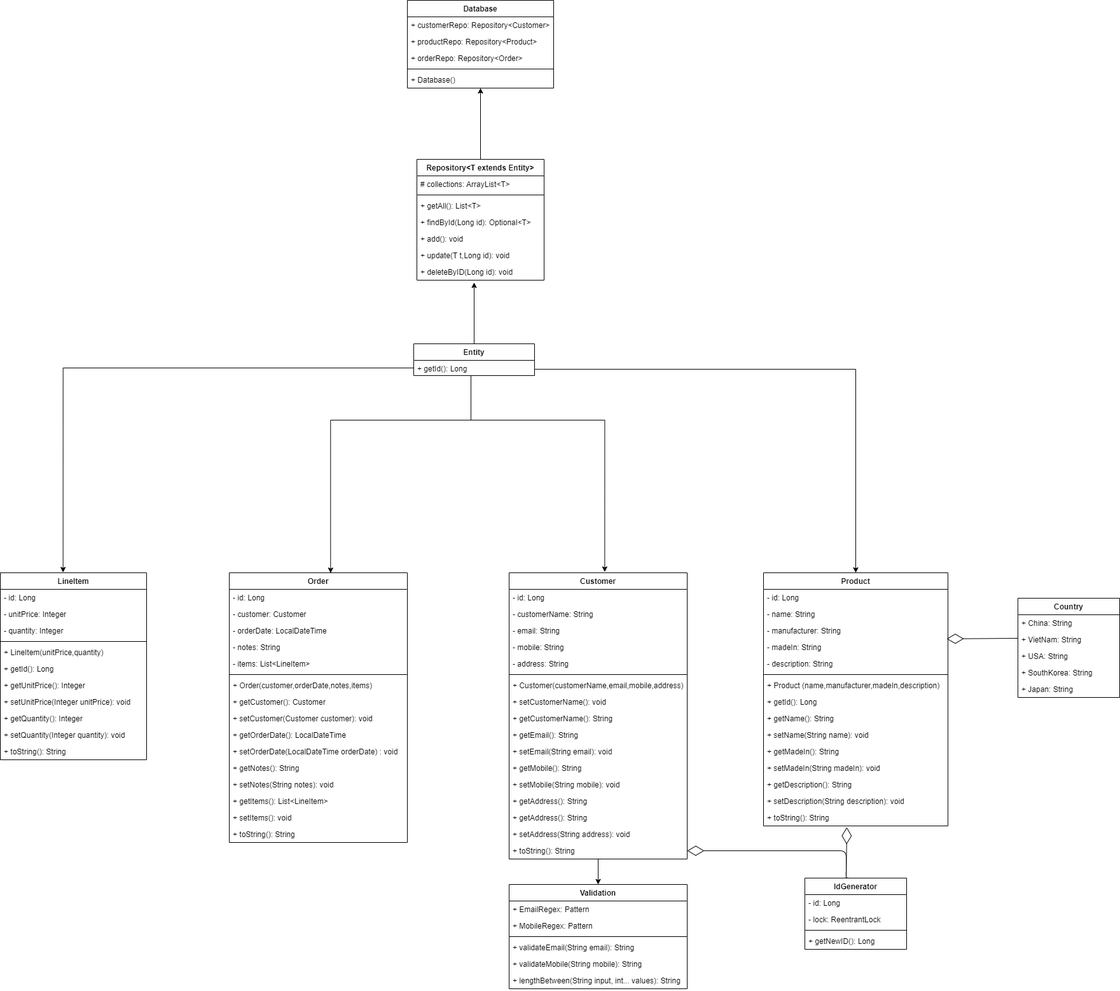
Earlier version of the draw.io export JavaCore/BT/Buoi7/Sell.drawio.png (minhan1410/minhan1410.github.io). Source tidied: cells renumbered, new cells last; positions are measured from the earlier drawing's top-left corner, leaving out a move shared by most shapes.
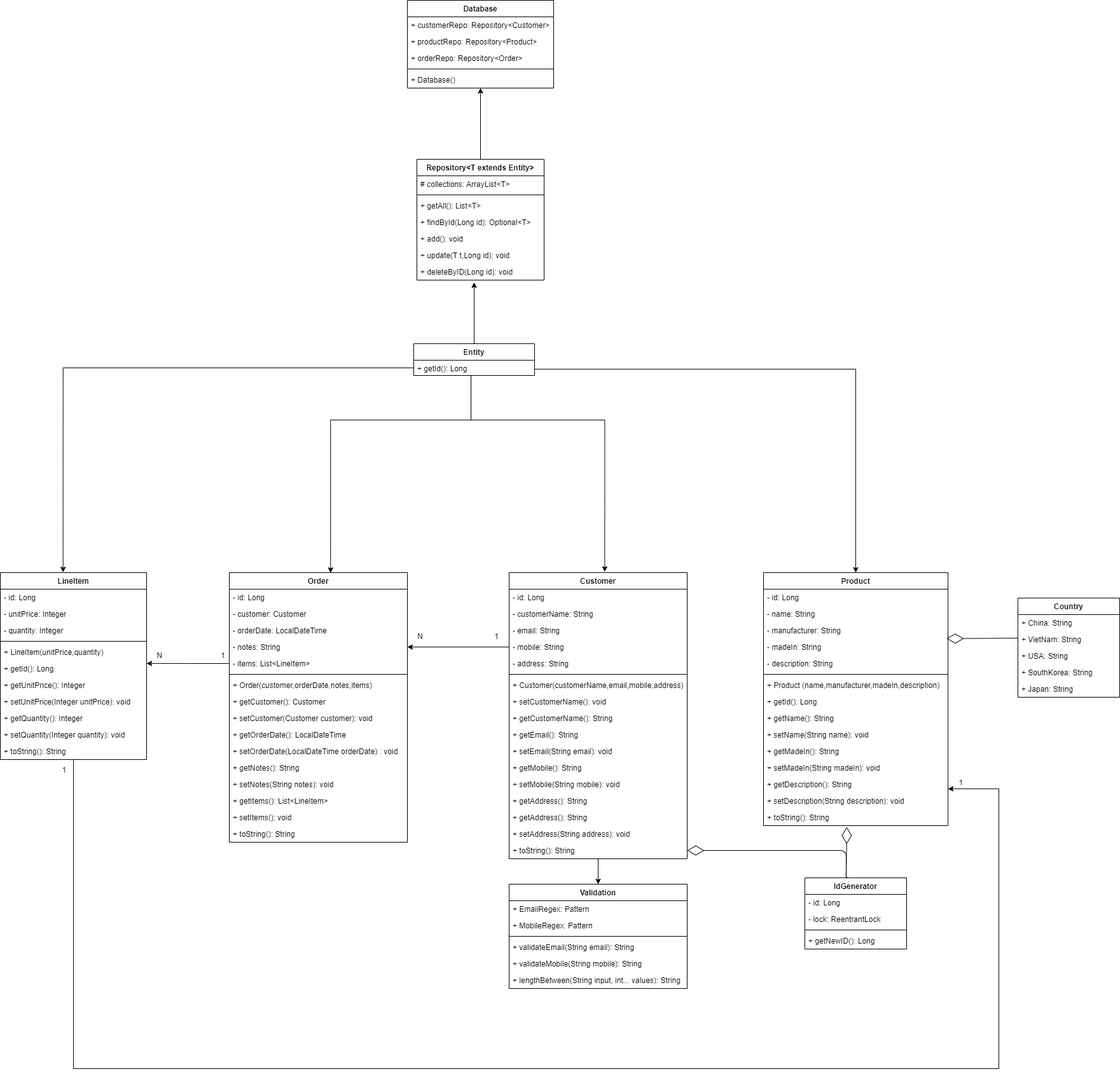
After the commit.

Diff of the diagram source:
```diff
@@ -152,6 +152,17 @@
     <mxCell id="51" value="+ toString(): String" style="text;strokeColor=none;fillColor=none;align=left;verticalAlign=top;spacingLeft=4;spacingRight=4;overflow=hidden;points=[[0,0.5],[1,0.5]];portConstraint=eastwest;" parent="34" vertex="1">
       <mxGeometry y="424" width="280" height="26" as="geometry" />
     </mxCell>
+    <mxCell id="110" style="edgeStyle=orthogonalEdgeStyle;rounded=0;jettySize=auto;html=1;" parent="1" edge="1" source="52">
+      <mxGeometry relative="1" as="geometry">
+        <mxPoint x="1490" y="1240" as="targetPoint" />
+        <Array as="points">
+          <mxPoint x="115" y="1680" />
+          <mxPoint x="1570" y="1680" />
+          <mxPoint x="1570" y="1240" />
+          <mxPoint x="1490" y="1240" />
+        </Array>
+      </mxGeometry>
+    </mxCell>
     <mxCell id="52" value="LineItem" style="swimlane;fontStyle=1;align=center;verticalAlign=top;horizontal=1;startSize=26;" parent="1" vertex="1">
       <mxGeometry y="900" width="230" height="294" as="geometry" />
     </mxCell>
@@ -350,5 +361,29 @@
         </Array>
       </mxGeometry>
     </mxCell>
+    <mxCell id="111" style="edgeStyle=orthogonalEdgeStyle;rounded=0;jettySize=auto;html=1;entryX=1;entryY=0.185;entryDx=0;entryDy=0;entryPerimeter=0;" parent="1" edge="1" source="82" target="58">
+      <mxGeometry relative="1" as="geometry" />
+    </mxCell>
+    <mxCell id="112" value="1" style="text;html=1;align=center;verticalAlign=middle;" parent="1" vertex="1">
+      <mxGeometry x="340" y="1020" width="20" height="20" as="geometry" />
+    </mxCell>
+    <mxCell id="113" value="N" style="text;html=1;align=center;verticalAlign=middle;" parent="1" vertex="1">
+      <mxGeometry x="240" y="1020" width="20" height="20" as="geometry" />
+    </mxCell>
+    <mxCell id="114" style="edgeStyle=orthogonalEdgeStyle;rounded=0;jettySize=auto;html=1;entryX=1;entryY=0.5;entryDx=0;entryDy=0;" parent="1" edge="1" source="38" target="81">
+      <mxGeometry relative="1" as="geometry" />
+    </mxCell>
+    <mxCell id="115" value="1" style="text;html=1;align=center;verticalAlign=middle;" parent="1" vertex="1">
+      <mxGeometry x="770" y="990" width="20" height="20" as="geometry" />
+    </mxCell>
+    <mxCell id="116" value="N" style="text;html=1;align=center;verticalAlign=middle;" parent="1" vertex="1">
+      <mxGeometry x="650" y="990" width="20" height="20" as="geometry" />
+    </mxCell>
+    <mxCell id="117" value="1" style="text;html=1;align=center;verticalAlign=middle;" parent="1" vertex="1">
+      <mxGeometry x="90" y="1200" width="20" height="20" as="geometry" />
+    </mxCell>
+    <mxCell id="118" value="1" style="text;html=1;align=center;verticalAlign=middle;" parent="1" vertex="1">
+      <mxGeometry x="1500" y="1220" width="20" height="20" as="geometry" />
+    </mxCell>
   </root>
 </mxGraphModel>
```
